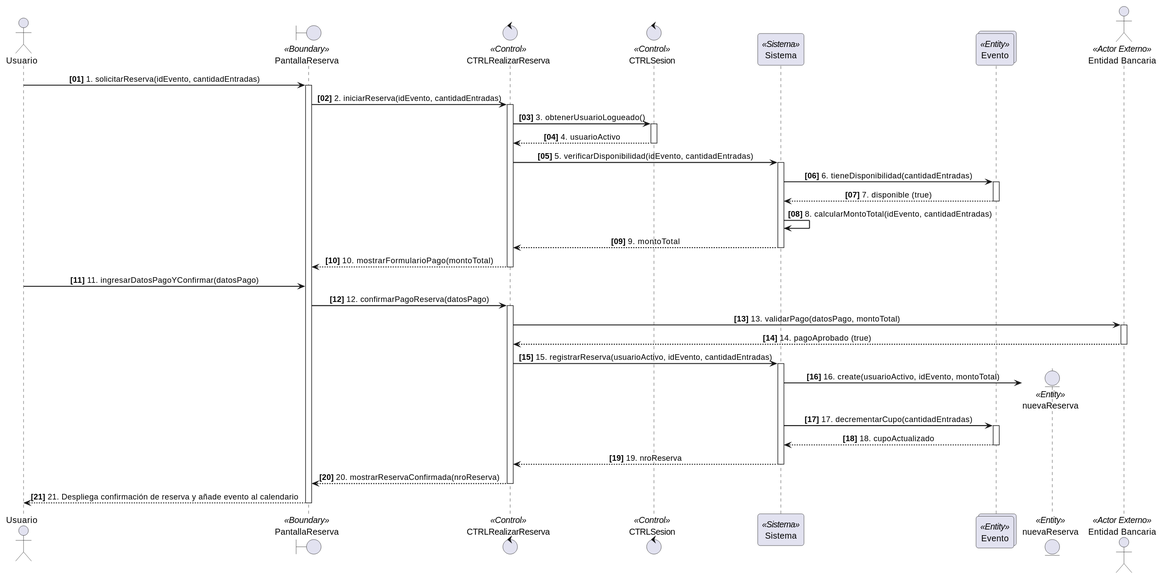
Earlier version of the PlantUML export modelos/01/04-diagrama-secuencia/secuencia_realizar_reserva.svg (sandobaitt/dsi-2026).
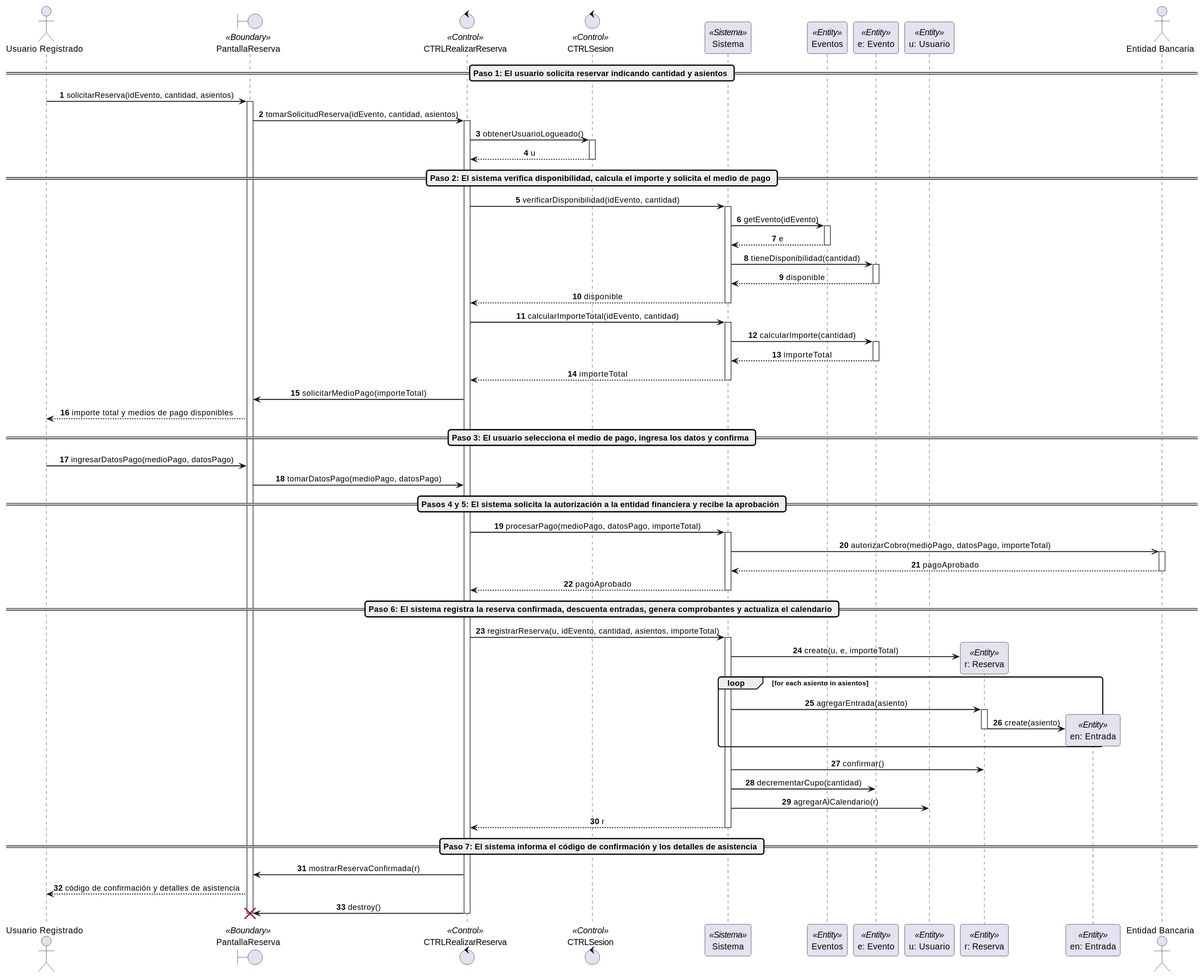
Later version of the same file.

The edit, as a diff of the source:
```diff
@@ -1,7 +1,7 @@
 @startuml
 !pragma layout smetana
 !pragma layout smetana
-autonumber "<b>[00]</b>"
+autonumber
 skinparam shadowing false
 skinparam roundcorner 8
 skinparam sequenceArrowThickness 1.5
@@ -9,69 +9,96 @@
 skinparam responseMessageBelowArrow true
 
 
-actor "Usuario" as Actor
+actor "Usuario Registrado" as Actor
 boundary "PantallaReserva" as UI <<Boundary>>
 control "CTRLRealizarReserva" as CTRL <<Control>>
 control "CTRLSesion" as CTRLSesion <<Control>>
 participant "Sistema" as Sistema <<Sistema>>
-collections "Evento" as Eventos <<Entity>>
-entity "nuevaReserva" as Reserva <<Entity>>
-actor "Entidad Bancaria" as Banco <<Actor Externo>>
+participant "Eventos" as Eventos <<Entity>>
+participant "e: Evento" as Evento <<Entity>>
+participant "u: Usuario" as Usuario <<Entity>>
+participant "r: Reserva" as Reserva <<Entity>>
+participant "en: Entrada" as Entrada <<Entity>>
+actor "Entidad Bancaria" as Banco
 
-
-Actor -> UI: 1. solicitarReserva(idEvento, cantidadEntradas)
+== Paso 1: El usuario solicita reservar indicando cantidad y asientos ==
+Actor -> UI: solicitarReserva(idEvento, cantidad, asientos)
 activate UI
-
-UI -> CTRL: 2. iniciarReserva(idEvento, cantidadEntradas)
+UI -> CTRL: tomarSolicitudReserva(idEvento, cantidad, asientos)
 activate CTRL
 
-CTRL -> CTRLSesion: 3. obtenerUsuarioLogueado()
+CTRL -> CTRLSesion: obtenerUsuarioLogueado()
 activate CTRLSesion
-CTRLSesion --> CTRL: 4. usuarioActivo
+CTRLSesion --> CTRL: u
 deactivate CTRLSesion
 
-CTRL -> Sistema: 5. verificarDisponibilidad(idEvento, cantidadEntradas)
+== Paso 2: El sistema verifica disponibilidad, calcula el importe y solicita el medio de pago ==
+CTRL -> Sistema: verificarDisponibilidad(idEvento, cantidad)
 activate Sistema
-
-Sistema -> Eventos: 6. tieneDisponibilidad(cantidadEntradas)
+Sistema -> Eventos: getEvento(idEvento)
 activate Eventos
-Eventos --> Sistema: 7. disponible (true)
+Eventos --> Sistema: e
 deactivate Eventos
-
-Sistema -> Sistema: 8. calcularMontoTotal(idEvento, cantidadEntradas)
-
-Sistema --> CTRL: 9. montoTotal
+Sistema -> Evento: tieneDisponibilidad(cantidad)
+activate Evento
+Evento --> Sistema: disponible
+deactivate Evento
+Sistema --> CTRL: disponible
 deactivate Sistema
 
-CTRL --> UI: 10. mostrarFormularioPago(montoTotal)
-deactivate CTRL
+CTRL -> Sistema: calcularImporteTotal(idEvento, cantidad)
+activate Sistema
+Sistema -> Evento: calcularImporte(cantidad)
+activate Evento
+Evento --> Sistema: importeTotal
+deactivate Evento
+Sistema --> CTRL: importeTotal
+deactivate Sistema
 
-Actor -> UI: 11. ingresarDatosPagoYConfirmar(datosPago)
-UI -> CTRL: 12. confirmarPagoReserva(datosPago)
-activate CTRL
+CTRL -> UI: solicitarMedioPago(importeTotal)
+UI --> Actor: importe total y medios de pago disponibles
 
-CTRL -> Banco: 13. validarPago(datosPago, montoTotal)
+== Paso 3: El usuario selecciona el medio de pago, ingresa los datos y confirma ==
+Actor -> UI: ingresarDatosPago(medioPago, datosPago)
+UI -> CTRL: tomarDatosPago(medioPago, datosPago)
+
+== Pasos 4 y 5: El sistema solicita la autorización a la entidad financiera y recibe la aprobación ==
+CTRL -> Sistema: procesarPago(medioPago, datosPago, importeTotal)
+activate Sistema
+Sistema ->> Banco: autorizarCobro(medioPago, datosPago, importeTotal)
 activate Banco
-Banco --> CTRL: 14. pagoAprobado (true)
+Banco --> Sistema: pagoAprobado
 deactivate Banco
+Sistema --> CTRL: pagoAprobado
+deactivate Sistema
 
-CTRL -> Sistema: 15. registrarReserva(usuarioActivo, idEvento, cantidadEntradas)
+== Paso 6: El sistema registra la reserva confirmada, descuenta entradas, genera comprobantes y actualiza el calendario ==
+CTRL -> Sistema: registrarReserva(u, idEvento, cantidad, asientos, importeTotal)
 activate Sistema
 
 create Reserva
-Sistema -> Reserva: 16. create(usuarioActivo, idEvento, montoTotal)
+Sistema -> Reserva: create(u, e, importeTotal)
 
-Sistema -> Eventos: 17. decrementarCupo(cantidadEntradas)
-activate Eventos
-Eventos --> Sistema: 18. cupoActualizado
-deactivate Eventos
+loop for each asiento in asientos
+    Sistema -> Reserva: agregarEntrada(asiento)
+    activate Reserva
+    create Entrada
+    Reserva -> Entrada: create(asiento)
+    deactivate Reserva
+end
 
-Sistema --> CTRL: 19. nroReserva
+Sistema -> Reserva: confirmar()
+Sistema -> Evento: decrementarCupo(cantidad)
+Sistema -> Usuario: agregarAlCalendario(r)
+
+Sistema --> CTRL: r
 deactivate Sistema
 
-CTRL --> UI: 20. mostrarReservaConfirmada(nroReserva)
+== Paso 7: El sistema informa el código de confirmación y los detalles de asistencia ==
+CTRL -> UI: mostrarReservaConfirmada(r)
+UI --> Actor: código de confirmación y detalles de asistencia
+
+CTRL -> UI: destroy()
+destroy UI
 deactivate CTRL
-
-UI --> Actor: 21. Despliega confirmación de reserva y añade evento al calendario
-deactivate UI
 @enduml
```
